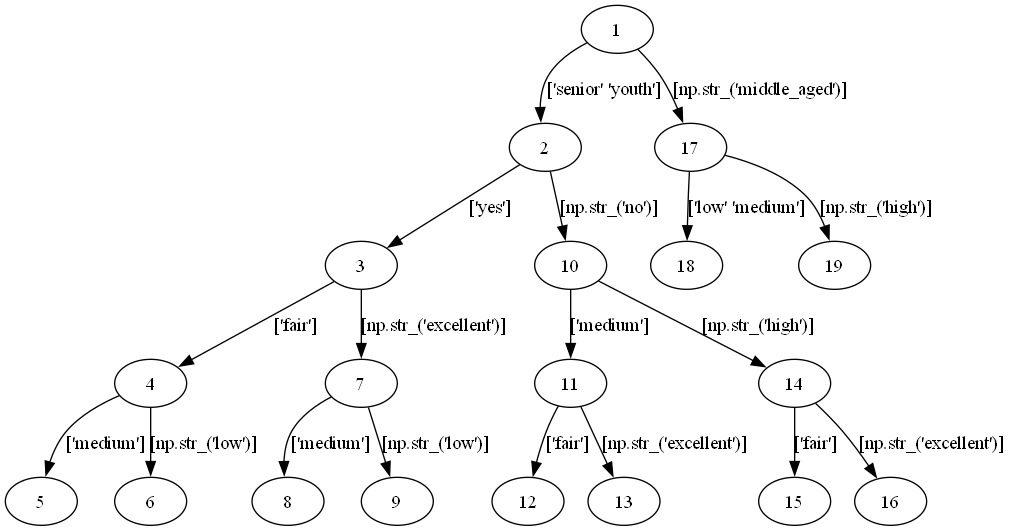
Above: 07_decision_tree_gini/tree_visualization.png in VaheHayrapetyan24/CS340B (Graphviz), before the change. Its source is kept beside it as 07_decision_tree_gini/tree_visualization.dot.
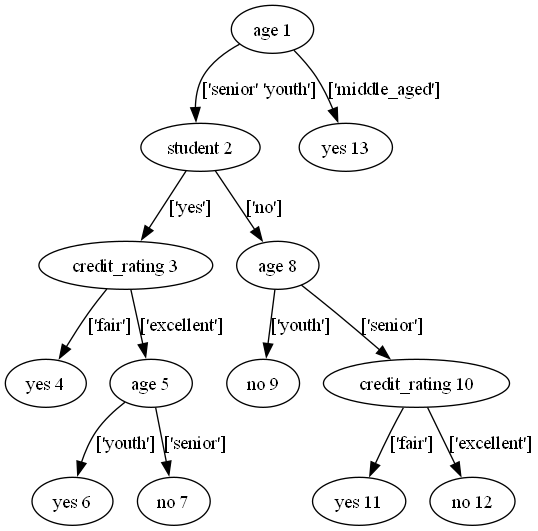
The same diagram one commit later.

Commit message:
fix: tree, visualization

Change to the diagram source:
```diff
@@ -1,39 +1,27 @@
 digraph tree {
-    "1";
-    "2";
-    "3";
-    "4";
-    "5";
-    "6";
-    "7";
-    "8";
-    "9";
-    "10";
-    "11";
-    "12";
-    "13";
-    "14";
-    "15";
-    "16";
-    "17";
-    "18";
-    "19";
-    "1" -> "2" [label="['senior' 'youth']"];
-    "1" -> "17" [label="[np.str_('middle_aged')]"];
-    "2" -> "3" [label="['yes']"];
-    "2" -> "10" [label="[np.str_('no')]"];
-    "3" -> "4" [label="['fair']"];
-    "3" -> "7" [label="[np.str_('excellent')]"];
-    "4" -> "5" [label="['medium']"];
-    "4" -> "6" [label="[np.str_('low')]"];
-    "7" -> "8" [label="['medium']"];
-    "7" -> "9" [label="[np.str_('low')]"];
-    "10" -> "11" [label="['medium']"];
-    "10" -> "14" [label="[np.str_('high')]"];
-    "11" -> "12" [label="['fair']"];
-    "11" -> "13" [label="[np.str_('excellent')]"];
-    "14" -> "15" [label="['fair']"];
-    "14" -> "16" [label="[np.str_('excellent')]"];
-    "17" -> "18" [label="['low' 'medium']"];
-    "17" -> "19" [label="[np.str_('high')]"];
+    "age 1";
+    "student 2";
+    "credit_rating 3";
+    "yes 4";
+    "age 5";
+    "yes 6";
+    "no 7";
+    "age 8";
+    "no 9";
+    "credit_rating 10";
+    "yes 11";
+    "no 12";
+    "yes 13";
+    "age 1" -> "student 2" [label="['senior' 'youth']"];
+    "age 1" -> "yes 13" [label="['middle_aged']"];
+    "student 2" -> "credit_rating 3" [label="['yes']"];
+    "student 2" -> "age 8" [label="['no']"];
+    "credit_rating 3" -> "yes 4" [label="['fair']"];
+    "credit_rating 3" -> "age 5" [label="['excellent']"];
+    "age 5" -> "yes 6" [label="['youth']"];
+    "age 5" -> "no 7" [label="['senior']"];
+    "age 8" -> "no 9" [label="['youth']"];
+    "age 8" -> "credit_rating 10" [label="['senior']"];
+    "credit_rating 10" -> "yes 11" [label="['fair']"];
+    "credit_rating 10" -> "no 12" [label="['excellent']"];
 }
```
